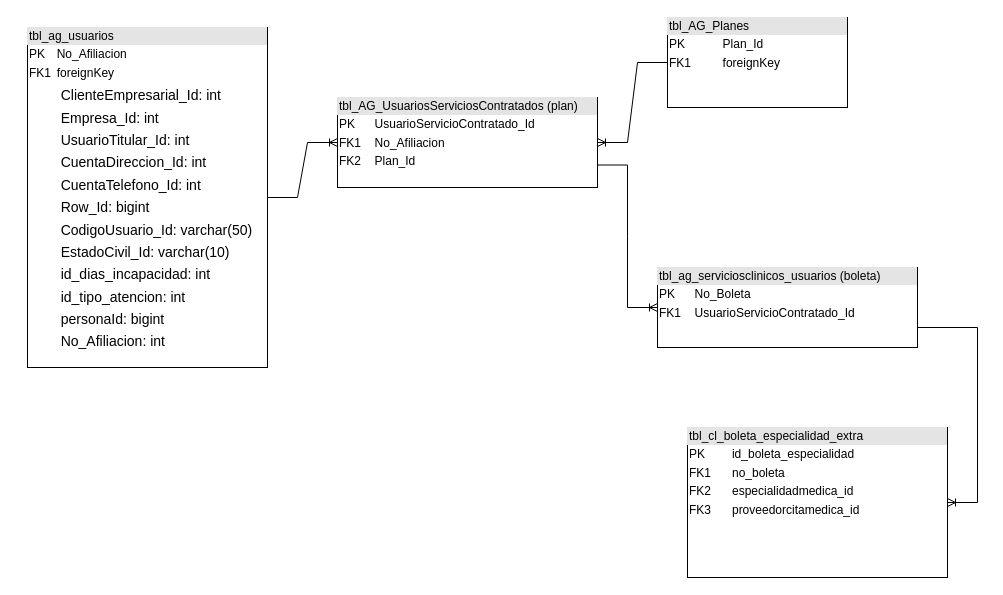
Above: page "db_clinica-sosa" (1 of 2) of Diagrama sin título.drawio in rsosa02/sam-docs (draw.io), before the change. Source tidied: cells renumbered, new cells numbered last; positions are measured from the earlier drawing's top-left corner, leaving out a move shared by most shapes. Both pictures are drawn from the tidied source at 100%, with x=0, y=0 at pixel (27, 17).
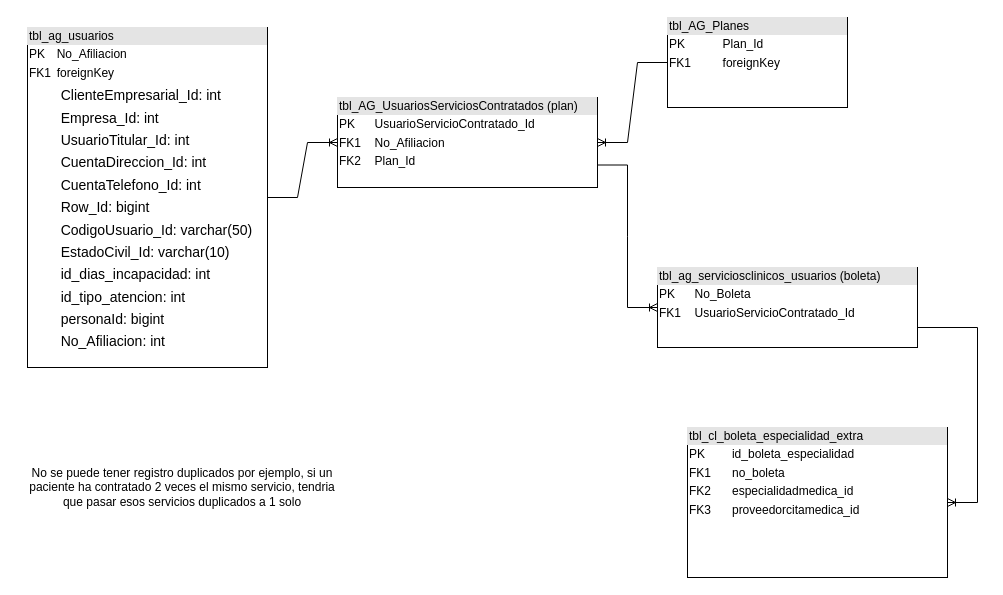
After the change.

The edit, as a diff of the source:
```diff
@@
 <mxGraphModel>
   <root>
     <mxCell id="0" />
     <mxCell id="1" parent="0" />
     <mxCell id="2" value="&lt;div style=&quot;box-sizing:border-box;width:100%;background:#e4e4e4;padding:2px;&quot;&gt;tbl_AG_UsuariosServiciosContratados (plan)&lt;/div&gt;&lt;table style=&quot;width:100%;font-size:1em;&quot; cellpadding=&quot;2&quot; cellspacing=&quot;0&quot;&gt;&lt;tbody&gt;&lt;tr&gt;&lt;td&gt;PK&lt;/td&gt;&lt;td&gt;UsuarioServicioContratado_Id&lt;/td&gt;&lt;/tr&gt;&lt;tr&gt;&lt;td&gt;FK1&lt;/td&gt;&lt;td&gt;No_Afiliacion&lt;/td&gt;&lt;/tr&gt;&lt;tr&gt;&lt;td&gt;FK2&lt;/td&gt;&lt;td&gt;Plan_Id&lt;/td&gt;&lt;/tr&gt;&lt;/tbody&gt;&lt;/table&gt;" style="verticalAlign=top;align=left;overflow=fill;html=1;" parent="1" vertex="1">
       <mxGeometry x="310" y="80" width="260" height="90" as="geometry" />
     </mxCell>
     <mxCell id="3" value="&lt;div style=&quot;box-sizing:border-box;width:100%;background:#e4e4e4;padding:2px;&quot;&gt;tbl_ag_usuarios&lt;/div&gt;&lt;table style=&quot;width:100%;font-size:1em;&quot; cellpadding=&quot;2&quot; cellspacing=&quot;0&quot;&gt;&lt;tbody&gt;&lt;tr&gt;&lt;td&gt;PK&lt;/td&gt;&lt;td&gt;No_Afiliacion&lt;/td&gt;&lt;/tr&gt;&lt;tr&gt;&lt;td&gt;FK1&lt;/td&gt;&lt;td&gt;foreignKey&lt;/td&gt;&lt;/tr&gt;&lt;tr&gt;&lt;td&gt;&lt;/td&gt;&lt;td&gt;&lt;p style=&quot;font-size: 14px; margin: 0px 0px 0px 4px; line-height: 1.6;&quot;&gt;ClienteEmpresarial_Id: int&lt;br&gt;Empresa_Id: int&lt;br&gt;UsuarioTitular_Id: int&lt;br&gt;CuentaDireccion_Id: int&lt;br&gt;CuentaTelefono_Id: int&lt;br&gt;Row_Id: bigint&lt;br&gt;CodigoUsuario_Id: varchar(50)&lt;br&gt;EstadoCivil_Id: varchar(10)&lt;br&gt;id_dias_incapacidad: int&lt;br&gt;id_tipo_atencion: int&lt;br&gt;personaId: bigint&lt;br&gt;&lt;/p&gt;&lt;p style=&quot;font-size: 14px; margin: 0px 0px 0px 4px; line-height: 1.6;&quot;&gt;No_Afiliacion: int&lt;/p&gt;&lt;/td&gt;&lt;/tr&gt;&lt;/tbody&gt;&lt;/table&gt;" style="verticalAlign=top;align=left;overflow=fill;html=1;" parent="1" vertex="1">
       <mxGeometry y="10" width="240" height="340" as="geometry" />
     </mxCell>
     <mxCell id="4" value="&lt;div style=&quot;box-sizing:border-box;width:100%;background:#e4e4e4;padding:2px;&quot;&gt;tbl_cl_boleta_especialidad_extra&lt;/div&gt;&lt;table style=&quot;width:100%;font-size:1em;&quot; cellpadding=&quot;2&quot; cellspacing=&quot;0&quot;&gt;&lt;tbody&gt;&lt;tr&gt;&lt;td&gt;PK&lt;/td&gt;&lt;td&gt;id_boleta_especialidad&lt;/td&gt;&lt;/tr&gt;&lt;tr&gt;&lt;td&gt;FK1&lt;/td&gt;&lt;td&gt;no_boleta&amp;nbsp;&lt;br&gt;&lt;/td&gt;&lt;/tr&gt;&lt;tr&gt;&lt;td&gt;FK2&lt;/td&gt;&lt;td&gt;especialidadmedica_id&lt;br&gt;&lt;/td&gt;&lt;/tr&gt;&lt;tr&gt;&lt;td&gt;FK3&lt;/td&gt;&lt;td&gt;proveedorcitamedica_id&lt;br&gt;&lt;/td&gt;&lt;/tr&gt;&lt;/tbody&gt;&lt;/table&gt;" style="verticalAlign=top;align=left;overflow=fill;html=1;" parent="1" vertex="1">
       <mxGeometry x="660" y="410" width="260" height="150" as="geometry" />
     </mxCell>
     <mxCell id="5" value="&lt;div style=&quot;box-sizing:border-box;width:100%;background:#e4e4e4;padding:2px;&quot;&gt;tbl_ag_serviciosclinicos_usuarios (boleta)&lt;/div&gt;&lt;table style=&quot;width:100%;font-size:1em;&quot; cellpadding=&quot;2&quot; cellspacing=&quot;0&quot;&gt;&lt;tbody&gt;&lt;tr&gt;&lt;td&gt;PK&lt;/td&gt;&lt;td&gt;No_Boleta&lt;/td&gt;&lt;/tr&gt;&lt;tr&gt;&lt;td&gt;FK1&lt;/td&gt;&lt;td&gt;UsuarioServicioContratado_Id&lt;/td&gt;&lt;/tr&gt;&lt;tr&gt;&lt;td&gt;&lt;/td&gt;&lt;td&gt;&lt;br&gt;&lt;/td&gt;&lt;/tr&gt;&lt;/tbody&gt;&lt;/table&gt;" style="verticalAlign=top;align=left;overflow=fill;html=1;" parent="1" vertex="1">
       <mxGeometry x="630" y="250" width="260" height="80" as="geometry" />
     </mxCell>
     <mxCell id="6" value="&lt;div style=&quot;box-sizing:border-box;width:100%;background:#e4e4e4;padding:2px;&quot;&gt;tbl_AG_Planes&lt;/div&gt;&lt;table style=&quot;width:100%;font-size:1em;&quot; cellpadding=&quot;2&quot; cellspacing=&quot;0&quot;&gt;&lt;tbody&gt;&lt;tr&gt;&lt;td&gt;PK&lt;/td&gt;&lt;td&gt;Plan_Id&lt;/td&gt;&lt;/tr&gt;&lt;tr&gt;&lt;td&gt;FK1&lt;/td&gt;&lt;td&gt;foreignKey&lt;/td&gt;&lt;/tr&gt;&lt;tr&gt;&lt;td&gt;&lt;/td&gt;&lt;td&gt;&lt;br&gt;&lt;/td&gt;&lt;/tr&gt;&lt;/tbody&gt;&lt;/table&gt;" style="verticalAlign=top;align=left;overflow=fill;html=1;" parent="1" vertex="1">
       <mxGeometry x="640" width="180" height="90" as="geometry" />
     </mxCell>
     <mxCell id="7" style="edgeStyle=entityRelationEdgeStyle;fontSize=12;html=1;endArrow=ERoneToMany;rounded=0;fontFamily=Helvetica;exitX=1;exitY=0.5;exitDx=0;exitDy=0;" parent="1" edge="1" source="3" target="2">
       <mxGeometry relative="1" as="geometry" />
     </mxCell>
     <mxCell id="8" style="edgeStyle=entityRelationEdgeStyle;fontSize=12;html=1;endArrow=ERoneToMany;rounded=0;fontFamily=Helvetica;exitX=0;exitY=0.5;exitDx=0;exitDy=0;entryX=1;entryY=0.5;entryDx=0;entryDy=0;" parent="1" edge="1" source="6" target="2">
       <mxGeometry relative="1" as="geometry" />
     </mxCell>
     <mxCell id="9" style="edgeStyle=entityRelationEdgeStyle;fontSize=12;html=1;endArrow=ERoneToMany;rounded=0;fontFamily=Helvetica;entryX=0;entryY=0.5;entryDx=0;entryDy=0;exitX=1;exitY=0.75;exitDx=0;exitDy=0;" parent="1" edge="1" source="2" target="5">
       <mxGeometry relative="1" as="geometry" />
     </mxCell>
     <mxCell id="10" style="edgeStyle=entityRelationEdgeStyle;fontSize=12;html=1;endArrow=ERoneToMany;rounded=0;fontFamily=Helvetica;exitX=1;exitY=0.75;exitDx=0;exitDy=0;" parent="1" edge="1" source="5" target="4">
       <mxGeometry relative="1" as="geometry" />
     </mxCell>
+    <mxCell id="11" value="&lt;span style=&quot;&quot;&gt;No se puede tener registro duplicados por ejemplo, si un paciente ha contratado 2 veces el mismo servicio, tendria que pasar esos servicios duplicados a 1 solo&lt;/span&gt;" style="text;html=1;strokeColor=none;fillColor=none;align=center;verticalAlign=middle;whiteSpace=wrap;rounded=0;labelBackgroundColor=#FFFFFF;" parent="1" vertex="1">
+      <mxGeometry x="-10" y="440" width="330" height="60" as="geometry" />
+    </mxCell>
   </root>
 </mxGraphModel>
```
